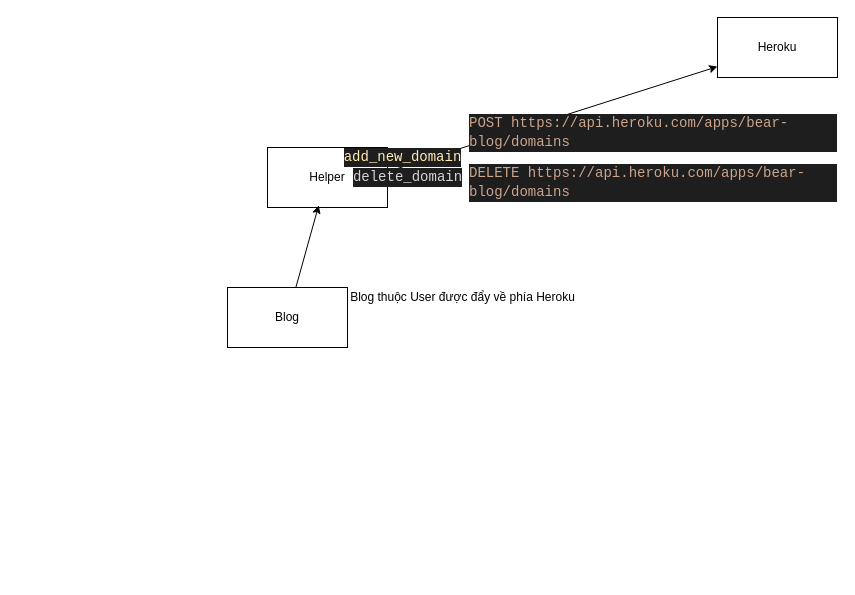
kaopass/kao-blog-prototype-2 keeps this draw.io diagram as page "Blog" (2 of 2) of Diagram.drawio. Above is the earlier version. Source tidied: cells renumbered, new cells numbered last; positions are measured from the earlier drawing's top-left corner, leaving out a move shared by most shapes. Both pictures are drawn from the tidied source at 100%, with x=0, y=0 at pixel (227, 17).
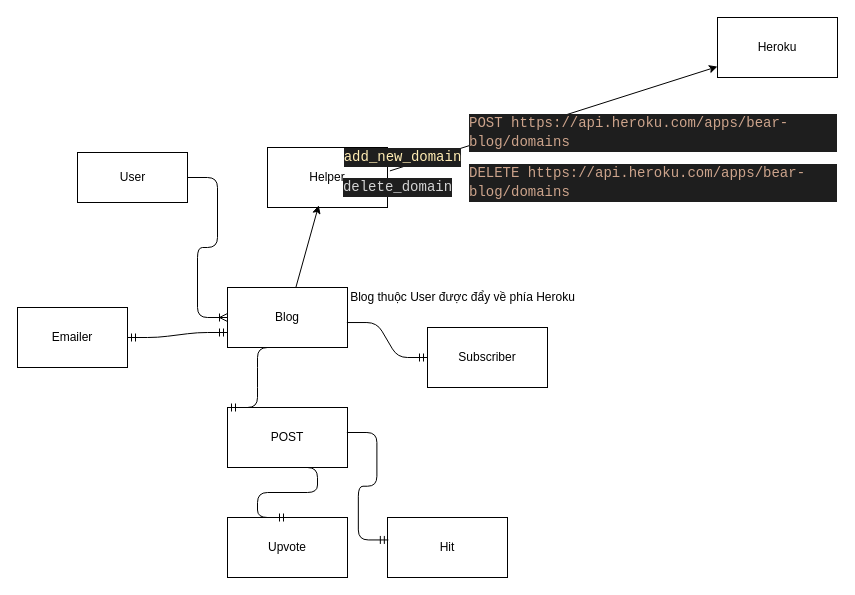
The same diagram, later.

Unchanged cells that the change refers to:
```xml
<mxCell id="6" value="Blog" style="rounded=0;whiteSpace=wrap;html=1;" parent="1" vertex="1">
  <mxGeometry y="270" width="120" height="60" as="geometry" />
</mxCell>
```

Diff of the diagram source:
```diff
@@
     <mxCell id="8" value="&lt;div style=&quot;color: rgb(212 , 212 , 212) ; background-color: rgb(30 , 30 , 30) ; font-family: &amp;#34;consolas&amp;#34; , &amp;#34;courier new&amp;#34; , monospace , &amp;#34;consolas&amp;#34; , &amp;#34;courier new&amp;#34; , monospace ; font-size: 14px ; line-height: 19px&quot;&gt;delete_domain&lt;/div&gt;" style="text;html=1;align=center;verticalAlign=middle;" parent="1" vertex="1">
-      <mxGeometry x="120" y="150" width="120" height="20" as="geometry" />
+      <mxGeometry x="110" y="160" width="120" height="20" as="geometry" />
     </mxCell>
@@
+    <mxCell id="12" value="User" style="html=1;" parent="1" vertex="1">
+      <mxGeometry x="-150" y="135" width="110" height="50" as="geometry" />
+    </mxCell>
+    <mxCell id="13" style="edgeStyle=entityRelationEdgeStyle;fontSize=12;html=1;endArrow=ERoneToMany;exitX=1;exitY=0.5;exitDx=0;exitDy=0;" parent="1" edge="1" source="12" target="6">
+      <mxGeometry relative="1" as="geometry" />
+    </mxCell>
+    <mxCell id="14" value="POST" style="whiteSpace=wrap;html=1;align=center;" parent="1" vertex="1">
+      <mxGeometry y="390" width="120" height="60" as="geometry" />
+    </mxCell>
+    <mxCell id="15" value="Upvote" style="whiteSpace=wrap;html=1;align=center;" parent="1" vertex="1">
+      <mxGeometry y="500" width="120" height="60" as="geometry" />
+    </mxCell>
+    <mxCell id="16" value="Hit" style="whiteSpace=wrap;html=1;align=center;" parent="1" vertex="1">
+      <mxGeometry x="160" y="500" width="120" height="60" as="geometry" />
+    </mxCell>
+    <mxCell id="17" value="Emailer" style="whiteSpace=wrap;html=1;align=center;" parent="1" vertex="1">
+      <mxGeometry x="-210" y="290" width="110" height="60" as="geometry" />
+    </mxCell>
+    <mxCell id="18" value="Subscriber" style="whiteSpace=wrap;html=1;align=center;" parent="1" vertex="1">
+      <mxGeometry x="200" y="310" width="120" height="60" as="geometry" />
+    </mxCell>
+    <mxCell id="19" style="edgeStyle=entityRelationEdgeStyle;fontSize=12;html=1;endArrow=ERmandOne;startArrow=ERmandOne;entryX=0;entryY=0.75;entryDx=0;entryDy=0;" parent="1" edge="1" source="17" target="6">
+      <mxGeometry relative="1" as="geometry" />
+    </mxCell>
+    <mxCell id="20" style="edgeStyle=entityRelationEdgeStyle;fontSize=12;html=1;endArrow=ERmandOne;exitX=0.995;exitY=0.584;exitDx=0;exitDy=0;exitPerimeter=0;entryX=0;entryY=0.5;entryDx=0;entryDy=0;" parent="1" edge="1" source="6" target="18">
+      <mxGeometry relative="1" as="geometry" />
+    </mxCell>
+    <mxCell id="21" style="edgeStyle=entityRelationEdgeStyle;fontSize=12;html=1;endArrow=ERmandOne;exitX=0.5;exitY=1;exitDx=0;exitDy=0;entryX=0;entryY=0;entryDx=0;entryDy=0;" parent="1" edge="1" source="6" target="14">
+      <mxGeometry relative="1" as="geometry" />
+    </mxCell>
+    <mxCell id="22" style="edgeStyle=entityRelationEdgeStyle;fontSize=12;html=1;endArrow=ERmandOne;exitX=0.995;exitY=0.584;exitDx=0;exitDy=0;exitPerimeter=0;entryX=0.007;entryY=0.374;entryDx=0;entryDy=0;entryPerimeter=0;" parent="1" edge="1" target="16">
+      <mxGeometry relative="1" as="geometry">
+        <mxPoint x="119.4" y="415" as="sourcePoint" />
+      </mxGeometry>
+    </mxCell>
+    <mxCell id="23" style="edgeStyle=entityRelationEdgeStyle;fontSize=12;html=1;endArrow=ERmandOne;exitX=0.5;exitY=1;exitDx=0;exitDy=0;entryX=0.5;entryY=0;entryDx=0;entryDy=0;" parent="1" edge="1" source="14" target="15">
+      <mxGeometry relative="1" as="geometry" />
+    </mxCell>
```
